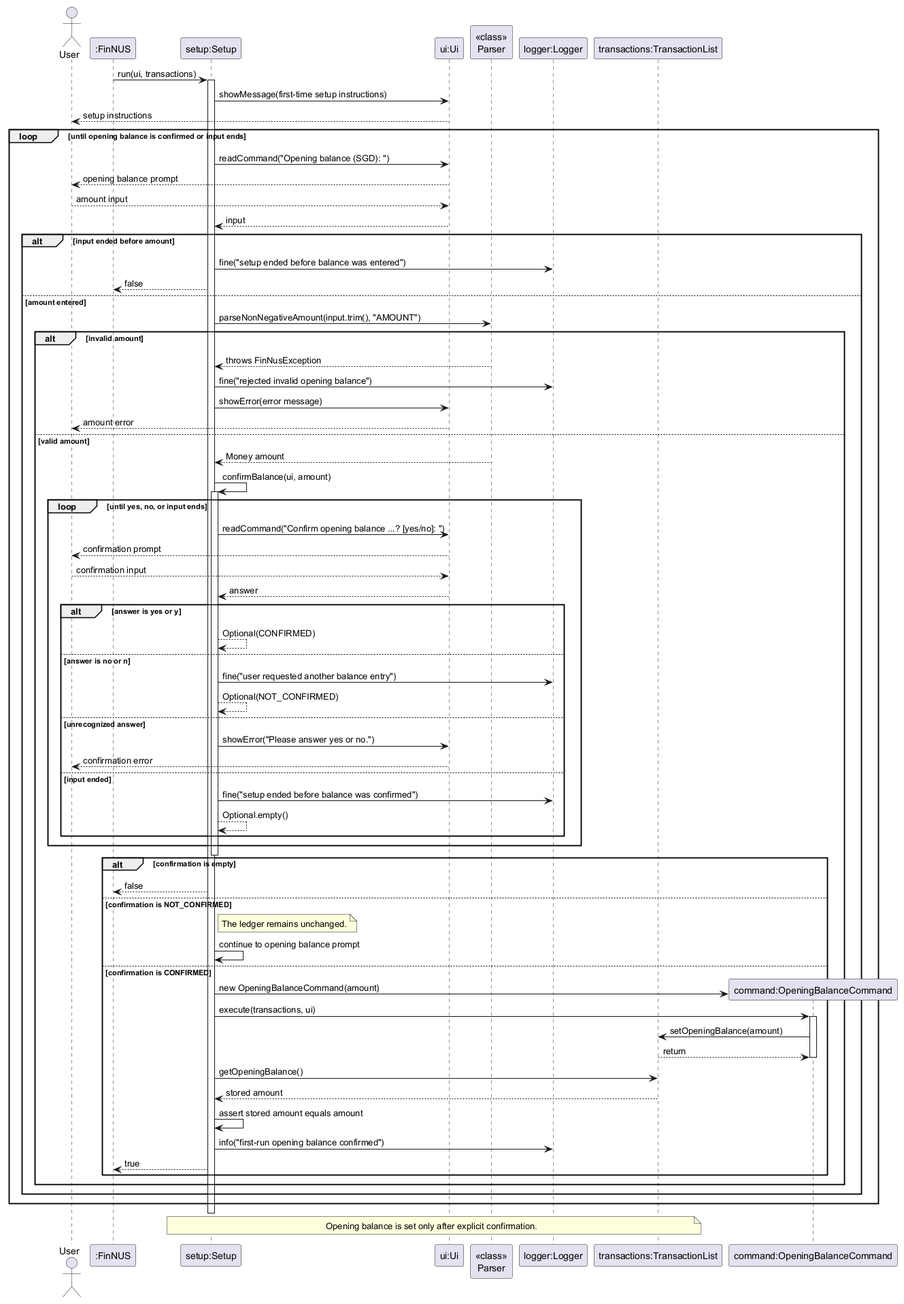
AY2627S1-CS2113-W13-2/tp keeps this PlantUML diagram as docs/images/SetupSequenceDiagram.png. Above is the earlier version. The source it was exported from:
```plantuml
@startuml SetupSequenceDiagram
actor User
participant ":FinNUS" as FinNUS
participant "setup:Setup" as Setup
participant "ui:Ui" as Ui
participant "<<class>>\nParser" as Parser
participant "logger:Logger" as Logger
participant "transactions:TransactionList" as Ledger

FinNUS -> Setup: run(ui, transactions)
activate Setup
Setup -> Ui: showMessage(first-time setup instructions)
Ui --> User: setup instructions
loop until opening balance is confirmed or input ends
    Setup -> Ui: readCommand("Opening balance (SGD): ")
    Ui --> User: opening balance prompt
    User --> Ui: amount input
    Ui --> Setup: input
    alt input ended before amount
        Setup -> Logger: fine("setup ended before balance was entered")
        Setup --> FinNUS: false
    else amount entered
        Setup -> Parser: parseNonNegativeAmount(input.trim(), "AMOUNT")
        alt invalid amount
            Parser --> Setup: throws FinNusException
            Setup -> Logger: fine("rejected invalid opening balance")
            Setup -> Ui: showError(error message)
            Ui --> User: amount error
        else valid amount
            Parser --> Setup: Money amount
            Setup -> Setup: confirmBalance(ui, amount)
            activate Setup
            loop until yes, no, or input ends
                Setup -> Ui: readCommand("Confirm opening balance ...? [yes/no]: ")
                Ui --> User: confirmation prompt
                User --> Ui: confirmation input
                Ui --> Setup: answer
                alt answer is yes or y
                    Setup --> Setup: Optional(CONFIRMED)
                else answer is no or n
                    Setup -> Logger: fine("user requested another balance entry")
                    Setup --> Setup: Optional(NOT_CONFIRMED)
                else unrecognized answer
                    Setup -> Ui: showError("Please answer yes or no.")
                    Ui --> User: confirmation error
                else input ended
                    Setup -> Logger: fine("setup ended before balance was confirmed")
                    Setup --> Setup: Optional.empty()
                end
            end
            deactivate Setup
            alt confirmation is empty
                Setup --> FinNUS: false
            else confirmation is NOT_CONFIRMED
                note right of Setup: The ledger remains unchanged.
                Setup -> Setup: continue to opening balance prompt
            else confirmation is CONFIRMED
                create "command:OpeningBalanceCommand" as Opening
                Setup -> Opening: new OpeningBalanceCommand(amount)
                Setup -> Opening: execute(transactions, ui)
                activate Opening
                Opening -> Ledger: setOpeningBalance(amount)
                Ledger --> Opening: return
                deactivate Opening
                Setup -> Ledger: getOpeningBalance()
                Ledger --> Setup: stored amount
                Setup -> Setup: assert stored amount equals amount
                Setup -> Logger: info("first-run opening balance confirmed")
                Setup --> FinNUS: true
            end
        end
    end
end
deactivate Setup
note over Setup, Ledger: Opening balance is set only after explicit confirmation.
@enduml
```
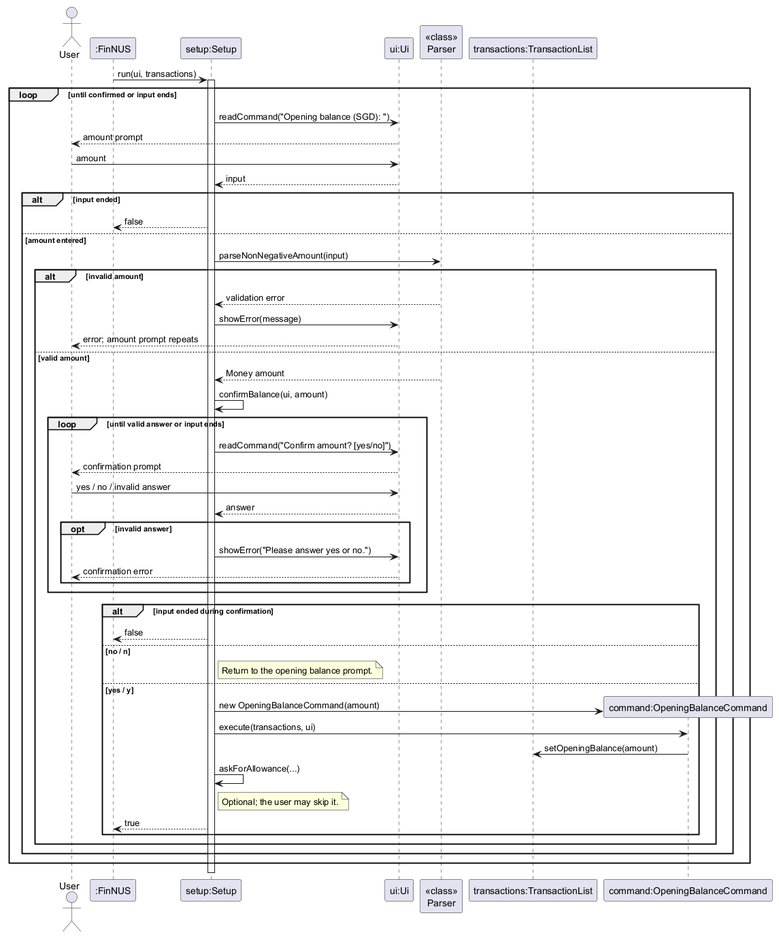
The same diagram one commit later.

The edit, as a diff of the source:
```diff
@@ -4,73 +4,51 @@
 participant "setup:Setup" as Setup
 participant "ui:Ui" as Ui
 participant "<<class>>\nParser" as Parser
-participant "logger:Logger" as Logger
 participant "transactions:TransactionList" as Ledger
 
 FinNUS -> Setup: run(ui, transactions)
 activate Setup
-Setup -> Ui: showMessage(first-time setup instructions)
-Ui --> User: setup instructions
-loop until opening balance is confirmed or input ends
+loop until confirmed or input ends
     Setup -> Ui: readCommand("Opening balance (SGD): ")
-    Ui --> User: opening balance prompt
-    User --> Ui: amount input
+    Ui --> User: amount prompt
+    User -> Ui: amount
     Ui --> Setup: input
-    alt input ended before amount
-        Setup -> Logger: fine("setup ended before balance was entered")
+    alt input ended
         Setup --> FinNUS: false
     else amount entered
-        Setup -> Parser: parseNonNegativeAmount(input.trim(), "AMOUNT")
+        Setup -> Parser: parseNonNegativeAmount(input)
         alt invalid amount
-            Parser --> Setup: throws FinNusException
-            Setup -> Logger: fine("rejected invalid opening balance")
-            Setup -> Ui: showError(error message)
-            Ui --> User: amount error
+            Parser --> Setup: validation error
+            Setup -> Ui: showError(message)
+            Ui --> User: error; amount prompt repeats
         else valid amount
             Parser --> Setup: Money amount
             Setup -> Setup: confirmBalance(ui, amount)
-            activate Setup
-            loop until yes, no, or input ends
-                Setup -> Ui: readCommand("Confirm opening balance ...? [yes/no]: ")
+            loop until valid answer or input ends
+                Setup -> Ui: readCommand("Confirm amount? [yes/no]")
                 Ui --> User: confirmation prompt
-                User --> Ui: confirmation input
+                User -> Ui: yes / no / invalid answer
                 Ui --> Setup: answer
-                alt answer is yes or y
-                    Setup --> Setup: Optional(CONFIRMED)
-                else answer is no or n
-                    Setup -> Logger: fine("user requested another balance entry")
-                    Setup --> Setup: Optional(NOT_CONFIRMED)
-                else unrecognized answer
+                opt invalid answer
                     Setup -> Ui: showError("Please answer yes or no.")
                     Ui --> User: confirmation error
-                else input ended
-                    Setup -> Logger: fine("setup ended before balance was confirmed")
-                    Setup --> Setup: Optional.empty()
                 end
             end
-            deactivate Setup
-            alt confirmation is empty
+            alt input ended during confirmation
                 Setup --> FinNUS: false
-            else confirmation is NOT_CONFIRMED
-                note right of Setup: The ledger remains unchanged.
-                Setup -> Setup: continue to opening balance prompt
-            else confirmation is CONFIRMED
+            else no / n
+                note right of Setup: Return to the opening balance prompt.
+            else yes / y
                 create "command:OpeningBalanceCommand" as Opening
                 Setup -> Opening: new OpeningBalanceCommand(amount)
                 Setup -> Opening: execute(transactions, ui)
-                activate Opening
                 Opening -> Ledger: setOpeningBalance(amount)
-                Ledger --> Opening: return
-                deactivate Opening
-                Setup -> Ledger: getOpeningBalance()
-                Ledger --> Setup: stored amount
-                Setup -> Setup: assert stored amount equals amount
-                Setup -> Logger: info("first-run opening balance confirmed")
+                Setup -> Setup: askForAllowance(...)
+                note right of Setup: Optional; the user may skip it.
                 Setup --> FinNUS: true
             end
         end
     end
 end
 deactivate Setup
-note over Setup, Ledger: Opening balance is set only after explicit confirmation.
 @enduml
```
